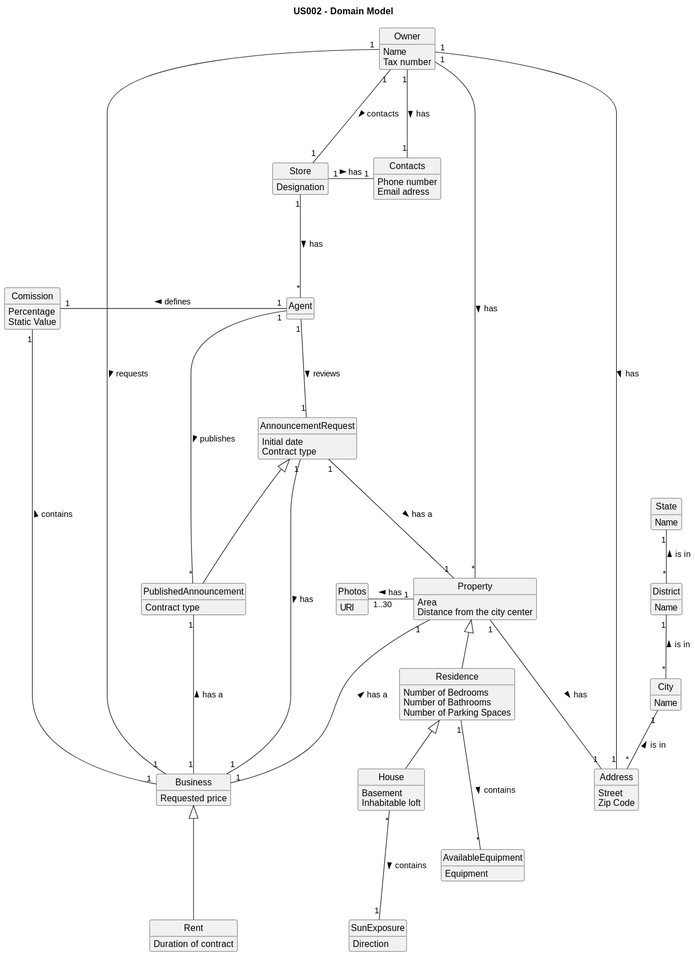
The PlantUML diagram docs/sprintB/US02/02.analysis/svg/us02-domain-model.svg in PureNimble/ISEP-LAPR2, before a commit.
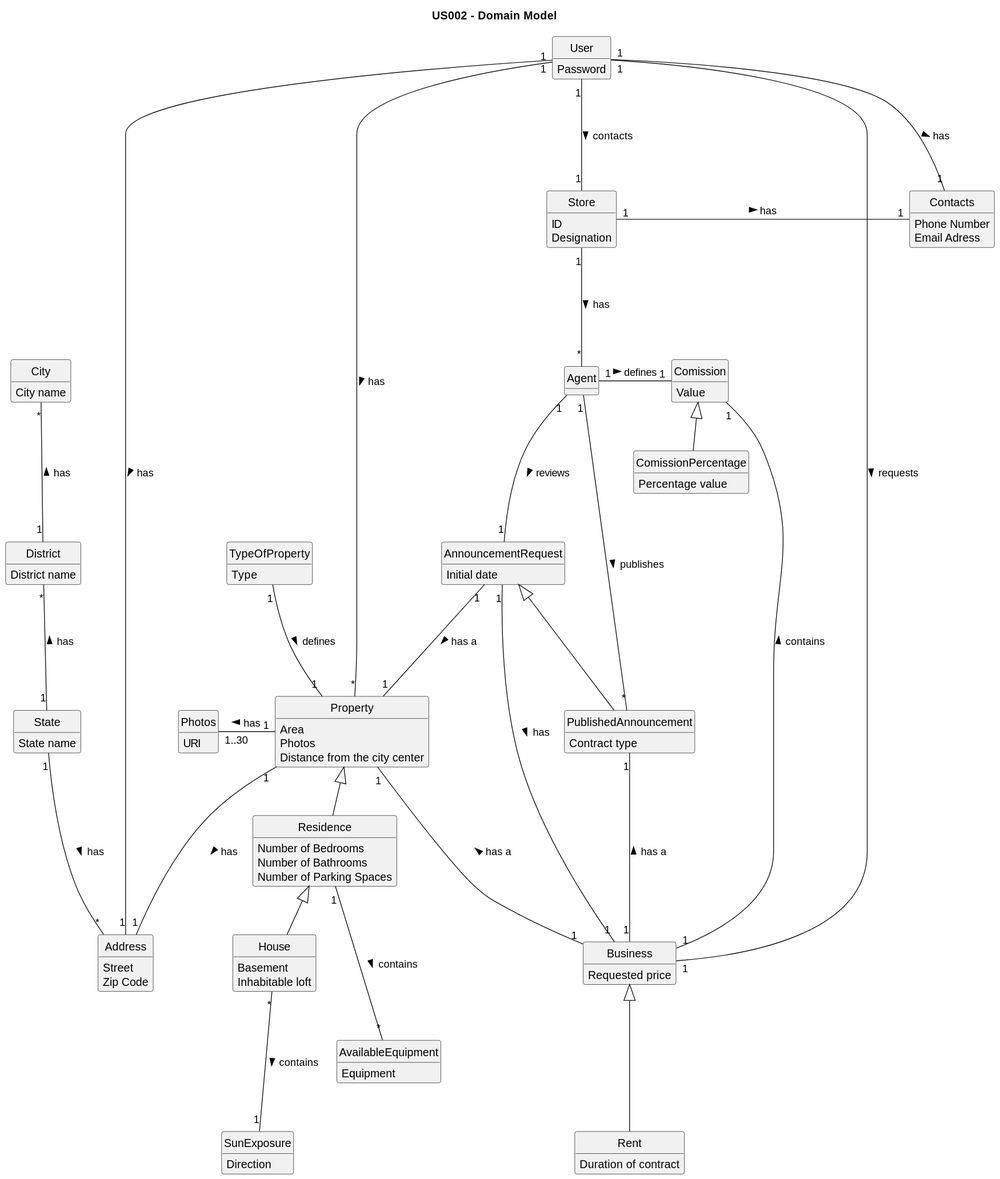
After the change.

The edit, as a diff of the source:
```diff
@@ -1,4 +1,5 @@
 @startuml
+
 skinparam groupInheritance 2
 skinparam monochrome true
 skinparam packageStyle rectangle
@@ -9,80 +10,84 @@
 
 title US002 - Domain Model
 
-class Address{
-Street
-Zip Code
+class Address {
+    Street
+    Zip Code
 }
 
-class City{
-Name
+class City {
+    City name
 }
 
-class District{
-Name
+class District {
+    District name
 }
 
-class State{
-Name
+class State {
+    State name
 }
 
-
-State "1"-- "*" District: is in <
-District "1"-- "*" City: is in <
-City "1"-- "*" Address: is in <
+State "1" -up-- "*" District: has >
+District "1" -up-- "*" City: has >
+Address "*" -up-- "1" State: has <
 
 
 class Contacts {
-Phone number
-Email adress
+    Phone Number
+    Email Adress
 }
 
 class Business {
-Requested price
+    Requested price
 }
 
 class Store {
-Designation
+    ID
+    Designation
 }
 
-class Owner {
-Name
-Tax number
+class User {
+    Password
 }
 
-Owner "1" -down-- "1" Contacts: has >
+User "1" -down-- "1" Contacts: has >
 Store "1" -right-- "1" Contacts: has >
-Address "1" -left-- "1" Owner: has <
-Owner "1" -down-- "1" Store: contacts >
+Address "1" -left-- "1" User: has <
+User "1" -down-- "1" Store: contacts >
 Agent "*" -up-- "1" Store: has <
 
 
 class Residence {
-Number of Bedrooms
-Number of Bathrooms
-Number of Parking Spaces
- }
+    Number of Bedrooms
+    Number of Bathrooms
+    Number of Parking Spaces
+}
 
 class Property {
-Area
-Distance from the city center
+    Area
+    Photos
+    Distance from the city center
 }
 
-class Photos{
-URI
+class TypeOfProperty{
+    Type
+}
+
+class Photos {
+    URI
 }
 
 class House {
-Basement
-Inhabitable loft
+    Basement
+    Inhabitable loft
 }
 
 class SunExposure {
-Direction
+    Direction
 }
 
 class AvailableEquipment {
-Equipment
+    Equipment
 }
 
 Residence <|-down- House
@@ -90,32 +95,34 @@
 Property "1" -left-- "1..30" Photos: has >
 SunExposure "1" -up-- "*" House: contains <
 Address "1" -up-- "1" Property: has <
-Owner "1" -down-- "*" Property: has >
+User "1" -down-- "*" Property: has >
 AvailableEquipment "*" -up-- "1" Residence: contains <
+TypeOfProperty "1" -down-- "1" Property: defines >
 
 
+class Comission {
+    Value
+}
 
-class Comission{
-Percentage
-Static Value
+class ComissionPercentage {
+    Percentage value
 }
 
 class Rent {
-Duration of contract
+    Duration of contract
 }
 
-class AnnouncementRequest{
-Initial date
-Contract type
+class AnnouncementRequest {
+    Initial date
 }
 
 class PublishedAnnouncement {
-Contract type
+    Contract type
 }
 
 Comission "1" -right-- "1" Agent: defines <
 Comission "1" --- "1" Business: contains <
-Owner "1" --- "1" Business: requests >
+User "1" --- "1" Business: requests >
 Property "1" --- "1" Business: has a <
 AnnouncementRequest "1" --- "1" Business: has >
 Agent "1" --- "1" AnnouncementRequest : reviews >
@@ -124,4 +131,6 @@
 PublishedAnnouncement "*" --- "1" Agent: publishes <
 PublishedAnnouncement "1" --- "1" Business: has a <
 Business <|--- Rent
+Comission <|-- ComissionPercentage
+
 @enduml
```
